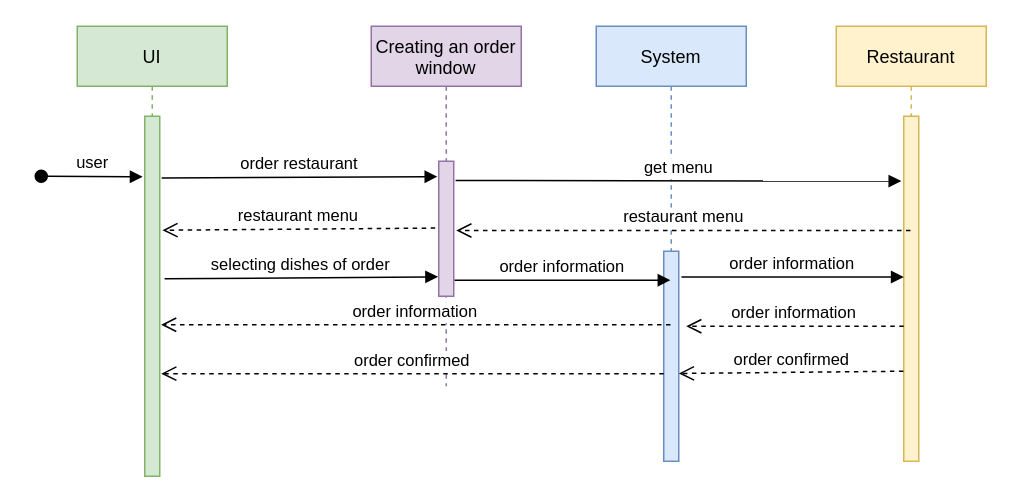
Above: dia2.drawio in Anton-beep/task33 (draw.io), before the change. Source tidied: cells renumbered, new cells numbered last; positions are measured from the earlier drawing's top-left corner, leaving out a move shared by most shapes. Both pictures are drawn from the tidied source at 150%, with x=0, y=0 at pixel (40, 26).
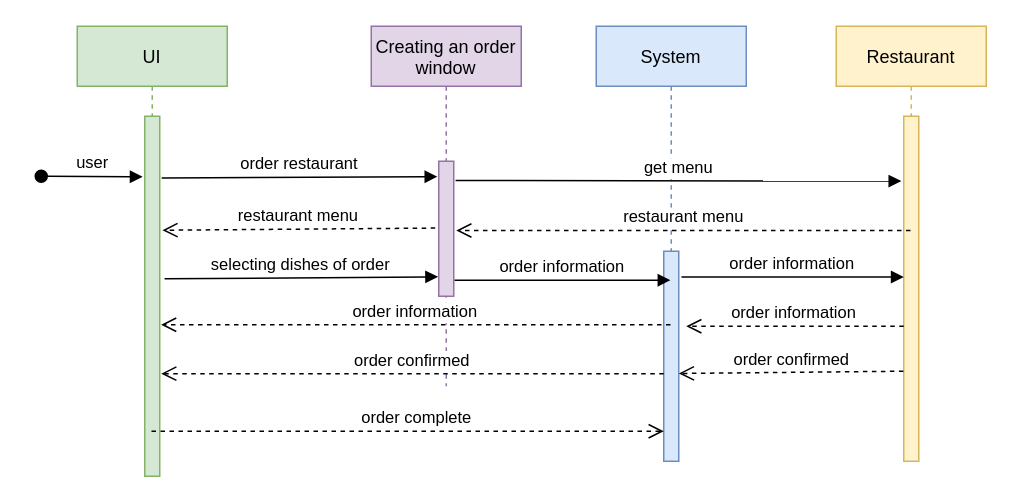
The same page after the edit.

The change refers to these unchanged cells:
```xml
<mxCell id="3" style="points=[];perimeter=orthogonalPerimeter;rounded=0;shadow=0;strokeWidth=1;fillColor=#dae8fc;strokeColor=#6c8ebf;" parent="2" vertex="1">
  <mxGeometry x="45" y="150" width="10" height="140" as="geometry" />
</mxCell>
<mxCell id="17" value="UI" style="shape=umlLifeline;perimeter=lifelinePerimeter;rounded=0;shadow=0;strokeWidth=1;fillColor=#d5e8d4;strokeColor=#82b366;" parent="1" vertex="1">
  <mxGeometry x="24" width="100" height="300" as="geometry" />
</mxCell>
```

Diff of the diagram source:
```diff
@@
+    <mxCell id="22" value="order complete" style="html=1;verticalAlign=bottom;endArrow=open;dashed=1;endSize=8;rounded=0;" parent="1" edge="1" source="17" target="3">
+      <mxGeometry x="0.03" relative="1" as="geometry">
+        <Array as="points">
+          <mxPoint x="250" y="270" />
+          <mxPoint x="330" y="270" />
+        </Array>
+      </mxGeometry>
+    </mxCell>
```
